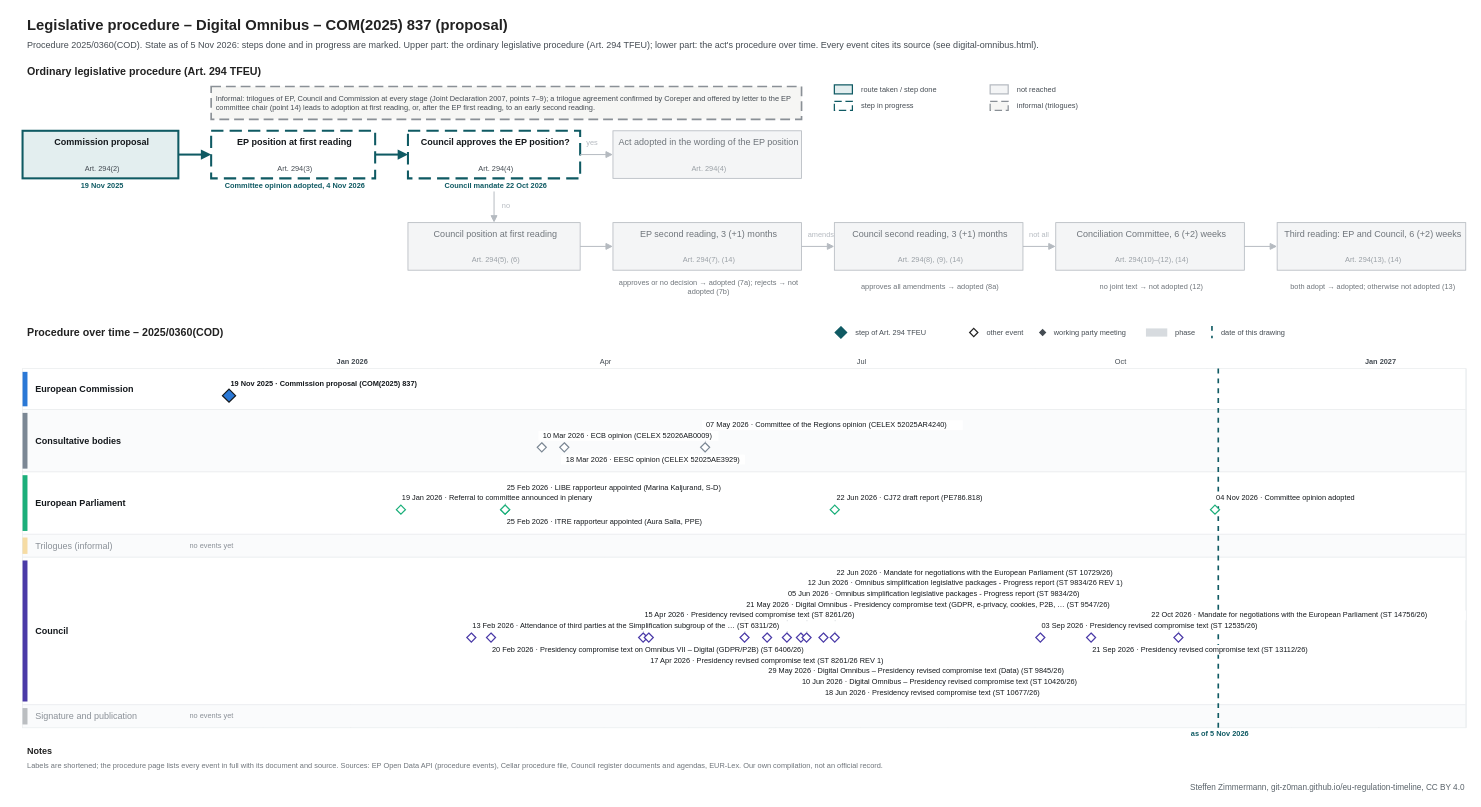
Above: procedures/digital-omnibus.drawio in git-z0man/eu-regulation-timeline (draw.io), before the change. Source tidied: cells renumbered, new cells numbered last; positions are measured from the earlier drawing's top-left corner, leaving out a move shared by most shapes. Both pictures are drawn from the tidied source at 82%, with x=0, y=0 at pixel (14, 14).
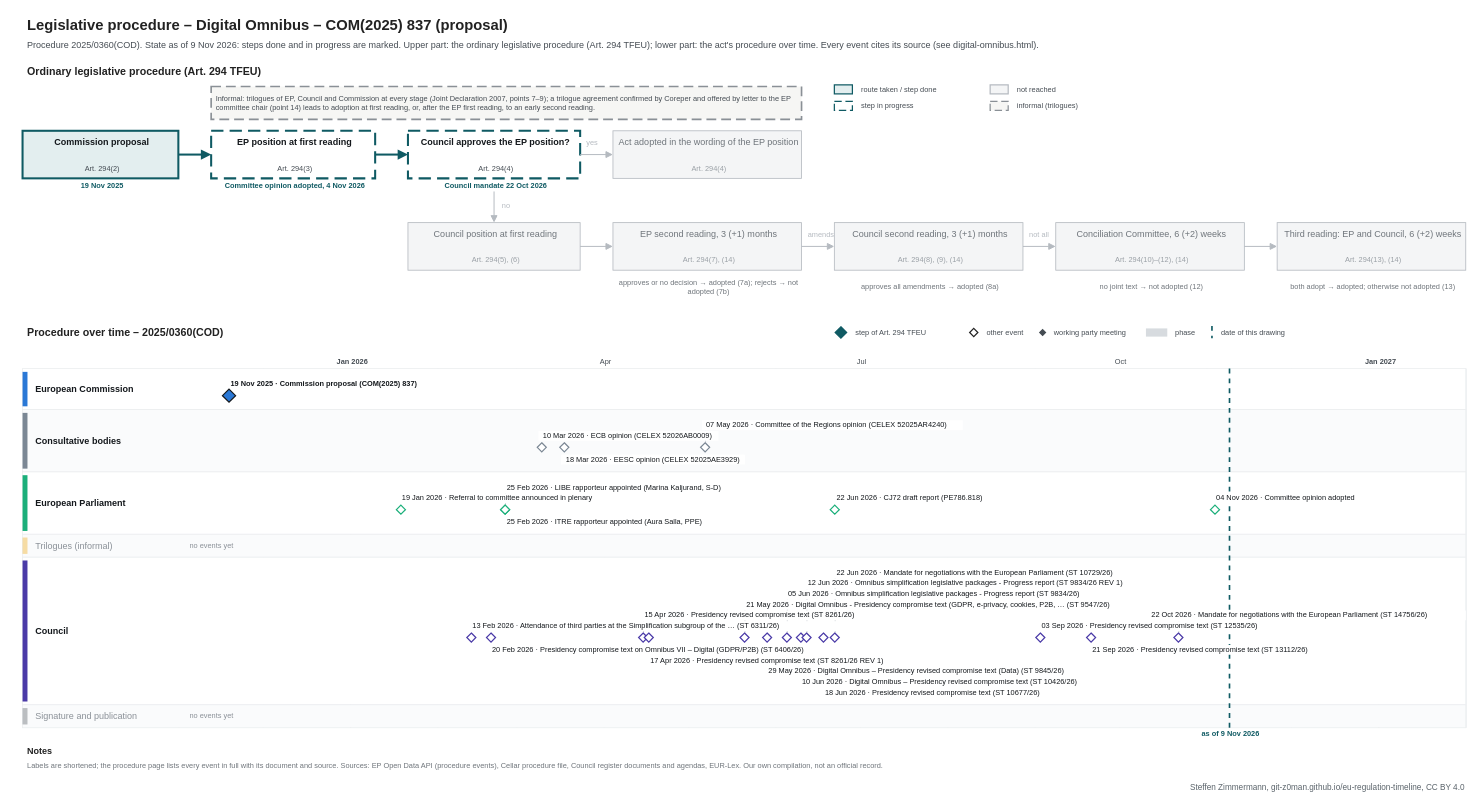
The same page after the edit.

The edit, as a diff of the source:
```diff
@@
-    <mxCell id="3" value="Procedure 2025/0360(COD). State as of 5 Nov 2026: steps done and in progress are marked. Upper part: the ordinary legislative procedure (Art. 294 TFEU); lower part: the act's procedure over time. Every event cites its source (see digital-omnibus.html)." style="text;html=1;fontSize=11;fontColor=#454c53;align=left;verticalAlign=middle;spacingLeft=4;" parent="1" vertex="1">
+    <mxCell id="3" value="Procedure 2025/0360(COD). State as of 9 Nov 2026: steps done and in progress are marked. Upper part: the ordinary legislative procedure (Art. 294 TFEU); lower part: the act's procedure over time. Every event cites its source (see digital-omnibus.html)." style="text;html=1;fontSize=11;fontColor=#454c53;align=left;verticalAlign=middle;spacingLeft=4;" parent="1" vertex="1">
       <mxGeometry x="10" y="28" width="1700" height="18" as="geometry" />
     </mxCell>
@@
     <mxCell id="113" style="line;html=1;strokeWidth=2;strokeColor=#0f5a63;direction=south;dashed=1;" parent="1" vertex="1">
-      <mxGeometry x="1467.7" y="432" width="1" height="438" as="geometry" />
+      <mxGeometry x="1481.4" y="432" width="1" height="438" as="geometry" />
     </mxCell>
-    <mxCell id="114" value="as of 5 Nov 2026" style="text;html=1;fontSize=9;fontColor=#0f5a63;align=center;verticalAlign=middle;spacingLeft=4;fontStyle=1;" parent="1" vertex="1">
-      <mxGeometry x="1407.7" y="871" width="120" height="12" as="geometry" />
+    <mxCell id="114" value="as of 9 Nov 2026" style="text;html=1;fontSize=9;fontColor=#0f5a63;align=center;verticalAlign=middle;spacingLeft=4;fontStyle=1;" parent="1" vertex="1">
+      <mxGeometry x="1421.4" y="871" width="120" height="12" as="geometry" />
     </mxCell>
```
